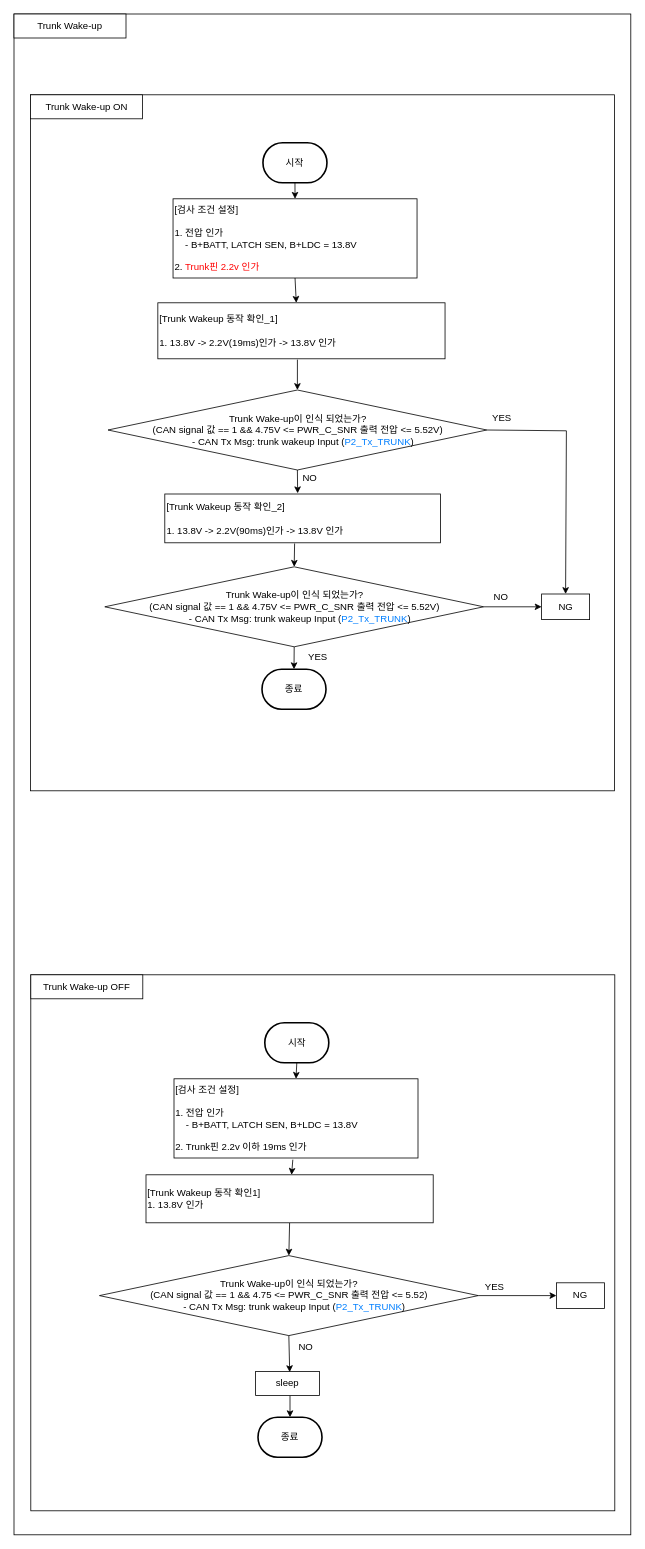
This is Trunk Wake-up.drawio from chaeyoonl/state-transition-diagram-test, a draw.io file, before an edit. Source tidied: cells renumbered, new cells numbered last; positions are measured from the earlier drawing's top-left corner, leaving out a move shared by most shapes. Both pictures are drawn from the tidied source at 80%, with x=0, y=0 at pixel (14, 14).
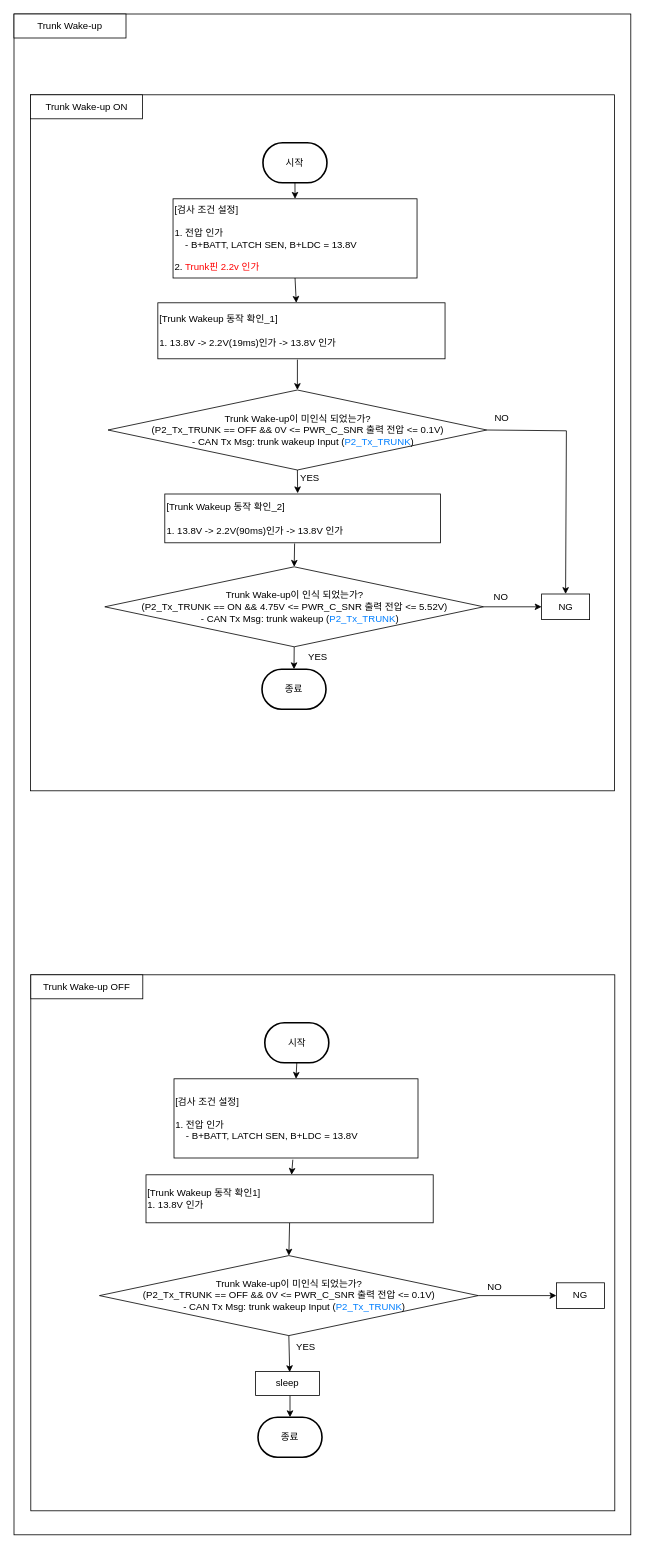
The same diagram, later.

Diff of the diagram source:
```diff
@@
-    <mxCell id="8" value="Trunk Wake-up이 인식 되었는가?&lt;br&gt;(CAN signal 값 == 1 &amp;amp;&amp;amp; 4.75V &amp;lt;= PWR_C_SNR 출력 전압 &amp;lt;= 5.52V)&lt;br&gt;&amp;nbsp; &amp;nbsp; - CAN Tx Msg:&amp;nbsp;trunk wakeup&amp;nbsp;Input&amp;nbsp;(&lt;font style=&quot;border-color: var(--border-color); text-align: left;&quot; color=&quot;#007fff&quot;&gt;P2_Tx_TRUNK&lt;/font&gt;&lt;span style=&quot;text-align: left;&quot;&gt;)&lt;/span&gt;" style="rhombus;whiteSpace=wrap;html=1;" parent="1" vertex="1">
+    <mxCell id="8" value="Trunk Wake-up이 미인식 되었는가?&lt;br&gt;(P2_Tx_TRUNK&amp;nbsp;== OFF &amp;amp;&amp;amp; 0V &amp;lt;= PWR_C_SNR 출력 전압 &amp;lt;= 0.1V)&lt;br&gt;&amp;nbsp; &amp;nbsp; - CAN Tx Msg:&amp;nbsp;trunk wakeup&amp;nbsp;Input&amp;nbsp;(&lt;font style=&quot;border-color: var(--border-color); text-align: left;&quot; color=&quot;#007fff&quot;&gt;P2_Tx_TRUNK&lt;/font&gt;&lt;span style=&quot;text-align: left;&quot;&gt;)&lt;/span&gt;" style="rhombus;whiteSpace=wrap;html=1;" parent="1" vertex="1">
       <mxGeometry x="117.5" y="470" width="473.5" height="100" as="geometry" />
     </mxCell>
@@
-    <mxCell id="11" value="NO" style="text;html=1;strokeColor=none;fillColor=none;align=center;verticalAlign=middle;whiteSpace=wrap;rounded=0;" parent="1" vertex="1">
+    <mxCell id="11" value="YES" style="text;html=1;strokeColor=none;fillColor=none;align=center;verticalAlign=middle;whiteSpace=wrap;rounded=0;" parent="1" vertex="1">
       <mxGeometry x="340.2" y="565" width="60" height="30" as="geometry" />
     </mxCell>
-    <mxCell id="12" value="YES" style="text;html=1;strokeColor=none;fillColor=none;align=center;verticalAlign=middle;whiteSpace=wrap;rounded=0;" parent="1" vertex="1">
+    <mxCell id="12" value="NO" style="text;html=1;strokeColor=none;fillColor=none;align=center;verticalAlign=middle;whiteSpace=wrap;rounded=0;" parent="1" vertex="1">
       <mxGeometry x="579.8" y="490" width="60" height="30" as="geometry" />
     </mxCell>
@@
-    <mxCell id="32" value="NO" style="text;html=1;strokeColor=none;fillColor=none;align=center;verticalAlign=middle;whiteSpace=wrap;rounded=0;" parent="1" vertex="1">
+    <mxCell id="32" value="YES" style="text;html=1;strokeColor=none;fillColor=none;align=center;verticalAlign=middle;whiteSpace=wrap;rounded=0;" parent="1" vertex="1">
       <mxGeometry x="335" y="1652" width="60" height="30" as="geometry" />
     </mxCell>
-    <mxCell id="33" value="YES" style="text;html=1;strokeColor=none;fillColor=none;align=center;verticalAlign=middle;whiteSpace=wrap;rounded=0;" parent="1" vertex="1">
+    <mxCell id="33" value="NO" style="text;html=1;strokeColor=none;fillColor=none;align=center;verticalAlign=middle;whiteSpace=wrap;rounded=0;" parent="1" vertex="1">
       <mxGeometry x="571" y="1577" width="60" height="30" as="geometry" />
     </mxCell>
@@
-    <mxCell id="36" value="[검사 조건 설정]&lt;br&gt;&lt;br&gt;1. 전압 인가&lt;br&gt;&amp;nbsp; &amp;nbsp; - B+BATT, LATCH SEN, B+LDC = 13.8V&lt;br&gt;&lt;br&gt;2.&amp;nbsp;Trunk핀 2.2v 이하&amp;nbsp;19ms 인가" style="rounded=0;whiteSpace=wrap;html=1;align=left;" parent="1" vertex="1">
+    <mxCell id="36" value="[검사 조건 설정]&lt;br&gt;&lt;br&gt;1. 전압 인가&lt;br&gt;&amp;nbsp; &amp;nbsp; - B+BATT, LATCH SEN, B+LDC = 13.8V" style="rounded=0;whiteSpace=wrap;html=1;align=left;" parent="1" vertex="1">
       <mxGeometry x="200" y="1331" width="305" height="99" as="geometry" />
     </mxCell>
@@
-    <mxCell id="39" value="Trunk Wake-up이 인식 되었는가?&lt;br&gt;(CAN signal 값 == 1 &amp;amp;&amp;amp; 4.75V &amp;lt;= PWR_C_SNR 출력 전압 &amp;lt;= 5.52V)&lt;br&gt;&amp;nbsp; &amp;nbsp; - CAN Tx Msg:&amp;nbsp;trunk wakeup&amp;nbsp;Input&amp;nbsp;(&lt;font style=&quot;border-color: var(--border-color); text-align: left;&quot; color=&quot;#007fff&quot;&gt;P2_Tx_TRUNK&lt;/font&gt;&lt;span style=&quot;text-align: left;&quot;&gt;)&lt;/span&gt;" style="rhombus;whiteSpace=wrap;html=1;" parent="1" vertex="1">
+    <mxCell id="39" value="Trunk Wake-up이 인식 되었는가?&lt;br&gt;(P2_Tx_TRUNK&amp;nbsp;== ON &amp;amp;&amp;amp; 4.75V &amp;lt;= PWR_C_SNR 출력 전압 &amp;lt;= 5.52V)&lt;br&gt;&amp;nbsp; &amp;nbsp; - CAN Tx Msg:&amp;nbsp;trunk wakeup (&lt;font style=&quot;border-color: var(--border-color); text-align: left;&quot; color=&quot;#007fff&quot;&gt;P2_Tx_TRUNK&lt;/font&gt;&lt;span style=&quot;text-align: left;&quot;&gt;)&lt;/span&gt;" style="rhombus;whiteSpace=wrap;html=1;" parent="1" vertex="1">
       <mxGeometry x="113.5" y="691" width="473.5" height="100" as="geometry" />
     </mxCell>
-    <mxCell id="40" value="Trunk Wake-up이 인식 되었는가?&lt;br&gt;(CAN signal 값 == 1 &amp;amp;&amp;amp; 4.75 &amp;lt;= PWR_C_SNR 출력 전압 &amp;lt;= 5.52)&lt;br&gt;&amp;nbsp; &amp;nbsp; - CAN Tx Msg:&amp;nbsp;trunk wakeup&amp;nbsp;Input&amp;nbsp;(&lt;font style=&quot;border-color: var(--border-color); text-align: left;&quot; color=&quot;#007fff&quot;&gt;P2_Tx_TRUNK&lt;/font&gt;&lt;span style=&quot;text-align: left;&quot;&gt;)&lt;/span&gt;" style="rhombus;whiteSpace=wrap;html=1;" parent="1" vertex="1">
+    <mxCell id="40" value="Trunk Wake-up이 미인식 되었는가?&lt;br style=&quot;border-color: var(--border-color);&quot;&gt;(P2_Tx_TRUNK&amp;nbsp;== OFF &amp;amp;&amp;amp; 0V &amp;lt;= PWR_C_SNR 출력 전압 &amp;lt;= 0.1V)&lt;br style=&quot;border-color: var(--border-color);&quot;&gt;&amp;nbsp; &amp;nbsp; - CAN Tx Msg:&amp;nbsp;trunk wakeup&amp;nbsp;Input&amp;nbsp;(&lt;font style=&quot;border-color: var(--border-color); text-align: left;&quot; color=&quot;#007fff&quot;&gt;P2_Tx_TRUNK&lt;/font&gt;)" style="rhombus;whiteSpace=wrap;html=1;" parent="1" vertex="1">
       <mxGeometry x="106.8" y="1552" width="473.5" height="100" as="geometry" />
     </mxCell>
```
